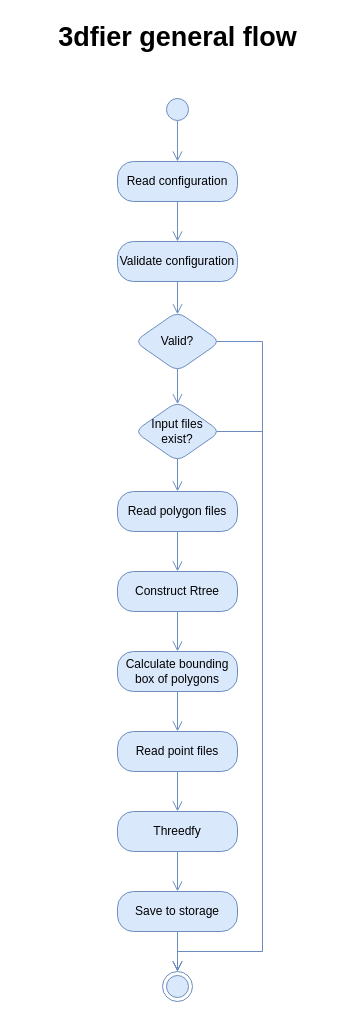
tudelft3d/3dfier keeps this draw.io diagram as resources/flowdiagrams/3dfier_general_flow.drawio. Above is the earlier version. Source tidied: cells renumbered, new cells numbered last; positions are measured from the earlier drawing's top-left corner, leaving out a move shared by most shapes. Both pictures are drawn from the tidied source at 100%, with x=0, y=0 at pixel (17, 17).
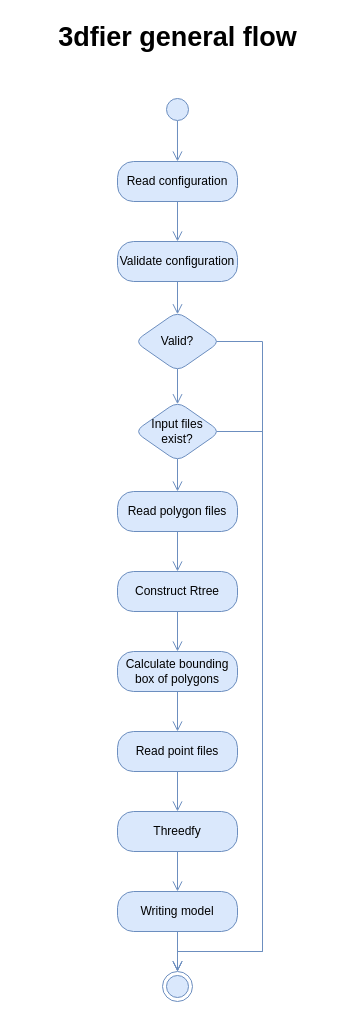
The same diagram, later.

What changed in the source:
```diff
@@
-    <mxCell id="19" value="Save to storage" style="rounded=1;whiteSpace=wrap;html=1;arcSize=40;fillColor=#dae8fc;strokeColor=#6c8ebf;shadow=0;" parent="1" vertex="1">
+    <mxCell id="19" value="Writing model" style="rounded=1;whiteSpace=wrap;html=1;arcSize=40;fillColor=#dae8fc;strokeColor=#6c8ebf;shadow=0;" parent="1" vertex="1">
       <mxGeometry x="100" y="874" width="120" height="40" as="geometry" />
     </mxCell>
```
